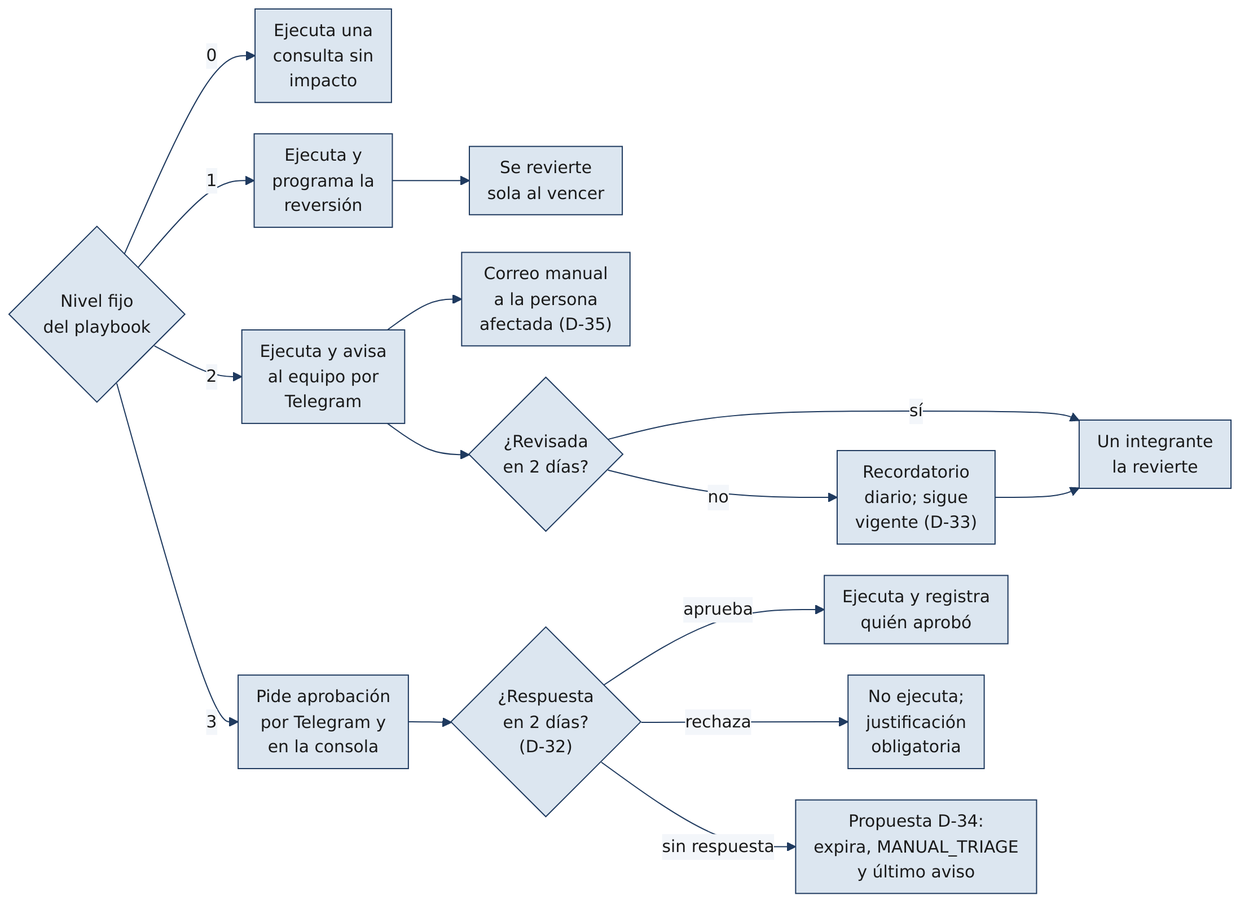
soaria186/kronos-ai keeps this Mermaid diagram as docs/diagramas/02_tratamiento_niveles.png. Above is the earlier version. Its source is kept beside it as docs/diagramas/02_tratamiento_niveles.mmd.
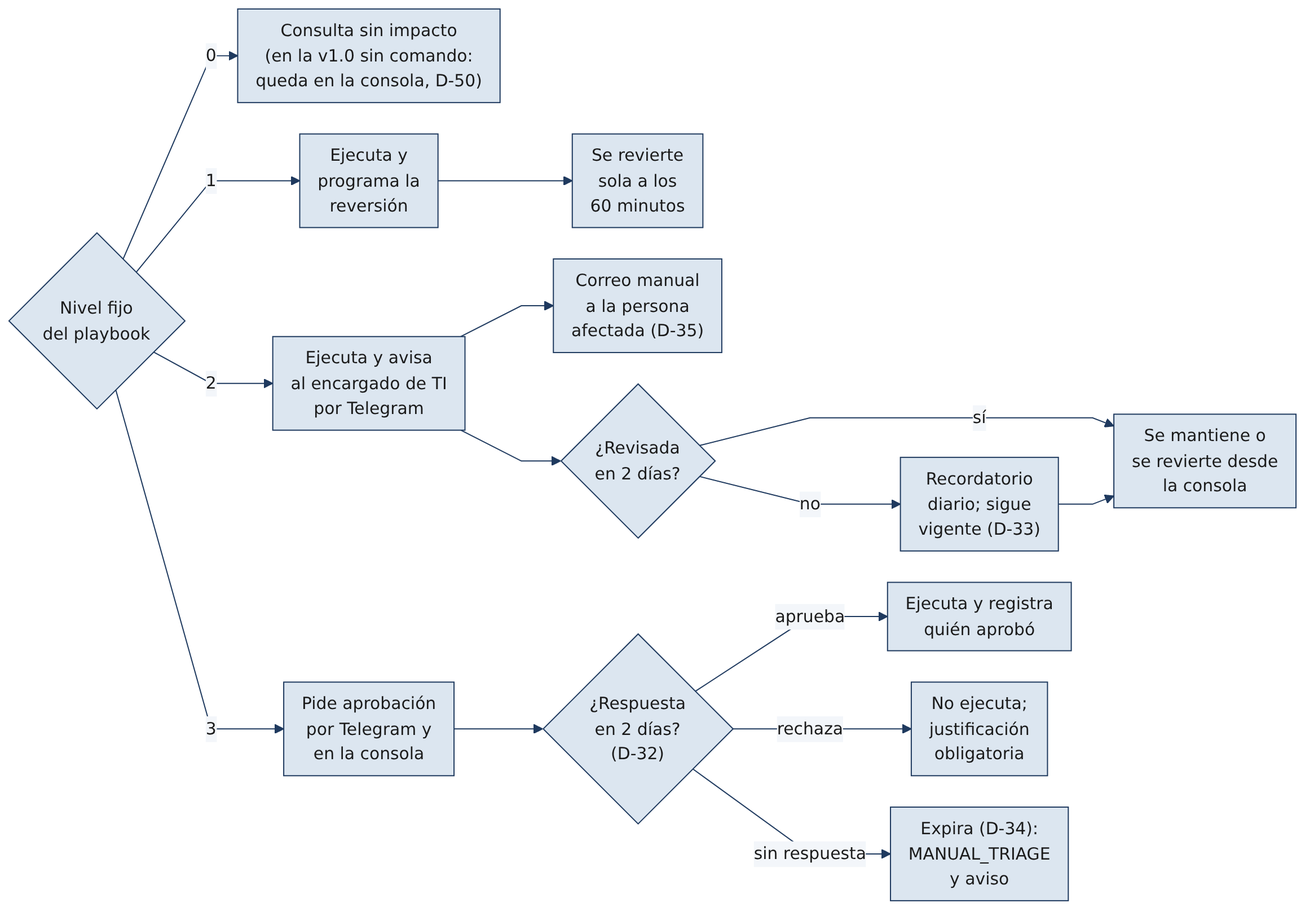
After the change.

Change to the diagram source:
```diff
@@ -1,14 +1,14 @@
 flowchart LR
     N{"Nivel fijo<br/>del playbook"}
-    N -- "0" --> N0["Ejecuta una<br/>consulta sin<br/>impacto"]
-    N -- "1" --> N1["Ejecuta y<br/>programa la<br/>reversión"] --> R1["Se revierte<br/>sola al vencer"]
-    N -- "2" --> N2["Ejecuta y avisa<br/>al equipo por<br/>Telegram"]
+    N -- "0" --> N0["Consulta sin impacto<br/>(en la v1.0 sin comando:<br/>queda en la consola, D-50)"]
+    N -- "1" --> N1["Ejecuta y<br/>programa la<br/>reversión"] --> R1["Se revierte<br/>sola a los<br/>60 minutos"]
+    N -- "2" --> N2["Ejecuta y avisa<br/>al encargado de TI<br/>por Telegram"]
     N2 --> M2["Correo manual<br/>a la persona<br/>afectada (D-35)"]
     N2 --> P2{"¿Revisada<br/>en 2 días?"}
-    P2 -- "sí" --> F2["Un integrante<br/>la revierte"]
+    P2 -- "sí" --> F2["Se mantiene o<br/>se revierte desde<br/>la consola"]
     P2 -- "no" --> D2["Recordatorio<br/>diario; sigue<br/>vigente (D-33)"] --> F2
     N -- "3" --> N3["Pide aprobación<br/>por Telegram y<br/>en la consola"]
     N3 --> P3{"¿Respuesta<br/>en 2 días?<br/>(D-32)"}
     P3 -- "aprueba" --> E3["Ejecuta y registra<br/>quién aprobó"]
     P3 -- "rechaza" --> X3["No ejecuta;<br/>justificación<br/>obligatoria"]
-    P3 -- "sin respuesta" --> V3["Propuesta D-34:<br/>expira, MANUAL_TRIAGE<br/>y último aviso"]
+    P3 -- "sin respuesta" --> V3["Expira (D-34):<br/>MANUAL_TRIAGE<br/>y aviso"]
```
